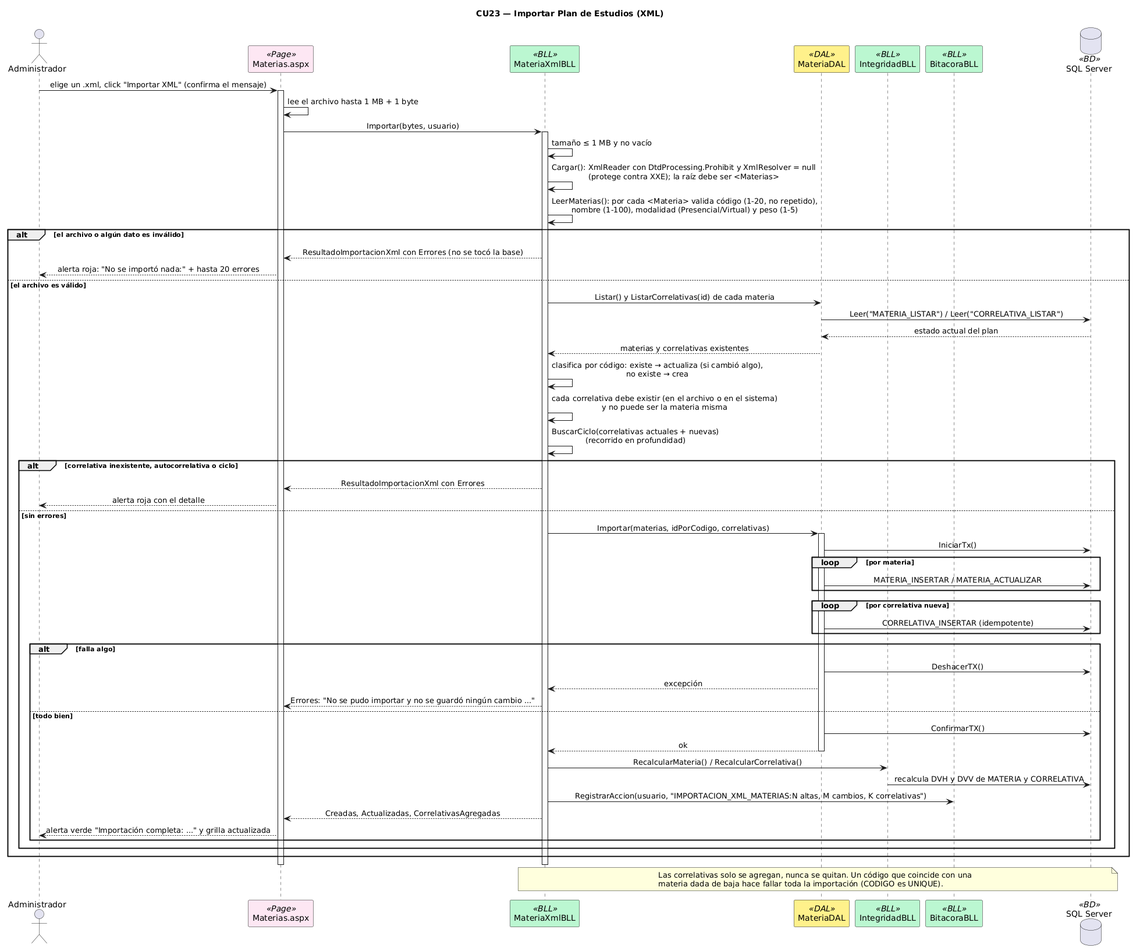
Urrels/tpDYAWeb keeps this PlantUML diagram as DIAGRAMAS/Secuencia_CU23_ImportarPlanXml.png. Above is the earlier version.
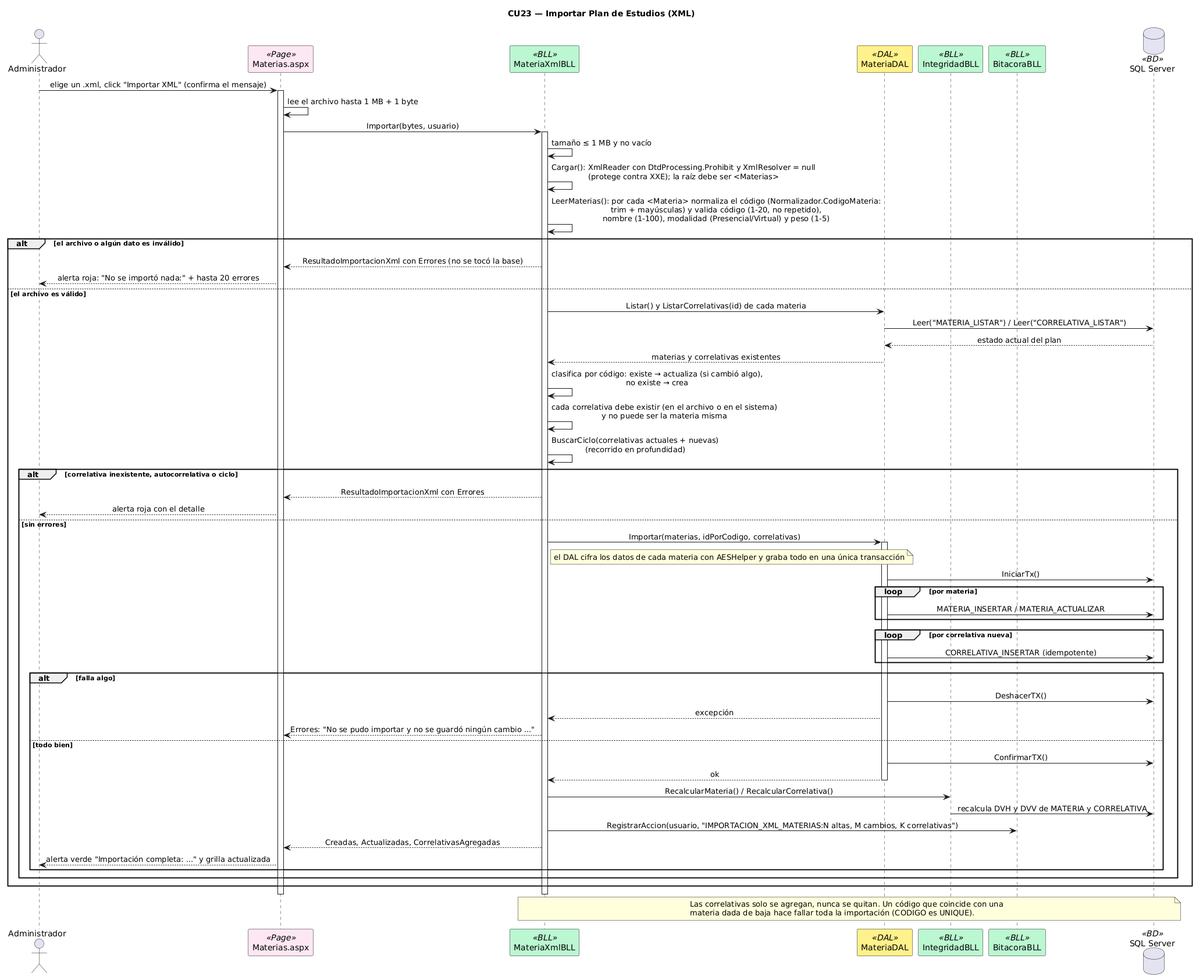
The same diagram one commit later.

Diff of the diagram source:
```diff
@@ -3,12 +3,11 @@
 skinparam sequenceMessageAlign center
 skinparam shadowing false
 skinparam sequenceParticipant {
-    BackgroundColor<<Page>> #FCE7F3
-    BackgroundColor<<BLL>> #BBF7D0
-    BackgroundColor<<DAL>> #FEF08A
-    BackgroundColor<<BD>> #DBEAFE
+BackgroundColor<<Page>> #FCE7F3
+BackgroundColor<<BLL>> #BBF7D0
+BackgroundColor<<DAL>> #FEF08A
+BackgroundColor<<BD>> #DBEAFE
 }
-
 actor Administrador as ADM
 participant "Materias.aspx" as PAGE <<Page>>
 participant "MateriaXmlBLL" as BLL <<BLL>>
@@ -16,64 +15,59 @@
 participant "IntegridadBLL" as INT <<BLL>>
 participant "BitacoraBLL" as BIT <<BLL>>
 database "SQL Server" as DB <<BD>>
-
 ADM -> PAGE : elige un .xml, click "Importar XML" (confirma el mensaje)
 activate PAGE
 PAGE -> PAGE : lee el archivo hasta 1 MB + 1 byte
 PAGE -> BLL : Importar(bytes, usuario)
 activate BLL
-
 BLL -> BLL : tamaño ≤ 1 MB y no vacío
 BLL -> BLL : Cargar(): XmlReader con DtdProcessing.Prohibit y XmlResolver = null\n(protege contra XXE); la raíz debe ser <Materias>
-BLL -> BLL : LeerMaterias(): por cada <Materia> valida código (1-20, no repetido),\nnombre (1-100), modalidad (Presencial/Virtual) y peso (1-5)
-
+BLL -> BLL : LeerMaterias(): por cada <Materia> normaliza el código (Normalizador.CodigoMateria:\ntrim + mayúsculas) y valida código (1-20, no repetido),\nnombre (1-100), modalidad (Presencial/Virtual) y peso (1-5)
 alt el archivo o algún dato es inválido
-  BLL --> PAGE : ResultadoImportacionXml con Errores (no se tocó la base)
-  PAGE --> ADM : alerta roja: "No se importó nada:" + hasta 20 errores
+BLL --> PAGE : ResultadoImportacionXml con Errores (no se tocó la base)
+PAGE --> ADM : alerta roja: "No se importó nada:" + hasta 20 errores
 else el archivo es válido
-  BLL -> DAL : Listar() y ListarCorrelativas(id) de cada materia
-  DAL -> DB : Leer("MATERIA_LISTAR") / Leer("CORRELATIVA_LISTAR")
-  DB --> DAL : estado actual del plan
-  DAL --> BLL : materias y correlativas existentes
-
-  BLL -> BLL : clasifica por código: existe → actualiza (si cambió algo),\nno existe → crea
-  BLL -> BLL : cada correlativa debe existir (en el archivo o en el sistema)\ny no puede ser la materia misma
-  BLL -> BLL : BuscarCiclo(correlativas actuales + nuevas)\n(recorrido en profundidad)
-
-  alt correlativa inexistente, autocorrelativa o ciclo
-    BLL --> PAGE : ResultadoImportacionXml con Errores
-    PAGE --> ADM : alerta roja con el detalle
-  else sin errores
-    BLL -> DAL : Importar(materias, idPorCodigo, correlativas)
-    activate DAL
-    DAL -> DB : IniciarTx()
-    loop por materia
-      DAL -> DB : MATERIA_INSERTAR / MATERIA_ACTUALIZAR
-    end
-    loop por correlativa nueva
-      DAL -> DB : CORRELATIVA_INSERTAR (idempotente)
-    end
-    alt falla algo
-      DAL -> DB : DeshacerTX()
-      DAL --> BLL : excepción
-      BLL --> PAGE : Errores: "No se pudo importar y no se guardó ningún cambio ..."
-    else todo bien
-      DAL -> DB : ConfirmarTX()
-      DAL --> BLL : ok
-      deactivate DAL
-      BLL -> INT : RecalcularMateria() / RecalcularCorrelativa()
-      INT -> DB : recalcula DVH y DVV de MATERIA y CORRELATIVA
-      BLL -> BIT : RegistrarAccion(usuario, "IMPORTACION_XML_MATERIAS:N altas, M cambios, K correlativas")
-      BLL --> PAGE : Creadas, Actualizadas, CorrelativasAgregadas
-      PAGE --> ADM : alerta verde "Importación completa: ..." y grilla actualizada
-    end
-  end
+BLL -> DAL : Listar() y ListarCorrelativas(id) de cada materia
+DAL -> DB : Leer("MATERIA_LISTAR") / Leer("CORRELATIVA_LISTAR")
+DB --> DAL : estado actual del plan
+DAL --> BLL : materias y correlativas existentes
+BLL -> BLL : clasifica por código: existe → actualiza (si cambió algo),\nno existe → crea
+BLL -> BLL : cada correlativa debe existir (en el archivo o en el sistema)\ny no puede ser la materia misma
+BLL -> BLL : BuscarCiclo(correlativas actuales + nuevas)\n(recorrido en profundidad)
+alt correlativa inexistente, autocorrelativa o ciclo
+BLL --> PAGE : ResultadoImportacionXml con Errores
+PAGE --> ADM : alerta roja con el detalle
+else sin errores
+BLL -> DAL : Importar(materias, idPorCodigo, correlativas)
+note right of BLL : el DAL cifra los datos de cada materia con AESHelper y graba todo en una única transacción
+activate DAL
+DAL -> DB : IniciarTx()
+loop por materia
+DAL -> DB : MATERIA_INSERTAR / MATERIA_ACTUALIZAR
+end
+loop por correlativa nueva
+DAL -> DB : CORRELATIVA_INSERTAR (idempotente)
+end
+alt falla algo
+DAL -> DB : DeshacerTX()
+DAL --> BLL : excepción
+BLL --> PAGE : Errores: "No se pudo importar y no se guardó ningún cambio ..."
+else todo bien
+DAL -> DB : ConfirmarTX()
+DAL --> BLL : ok
+deactivate DAL
+BLL -> INT : RecalcularMateria() / RecalcularCorrelativa()
+INT -> DB : recalcula DVH y DVV de MATERIA y CORRELATIVA
+BLL -> BIT : RegistrarAccion(usuario, "IMPORTACION_XML_MATERIAS:N altas, M cambios, K correlativas")
+BLL --> PAGE : Creadas, Actualizadas, CorrelativasAgregadas
+PAGE --> ADM : alerta verde "Importación completa: ..." y grilla actualizada
+end
+end
 end
 deactivate BLL
 deactivate PAGE
-
 note over BLL, DB
-  Las correlativas solo se agregan, nunca se quitan. Un código que coincide con una
-  materia dada de baja hace fallar toda la importación (CODIGO es UNIQUE).
+Las correlativas solo se agregan, nunca se quitan. Un código que coincide con una
+materia dada de baja hace fallar toda la importación (CODIGO es UNIQUE).
 end note
 @enduml
```
